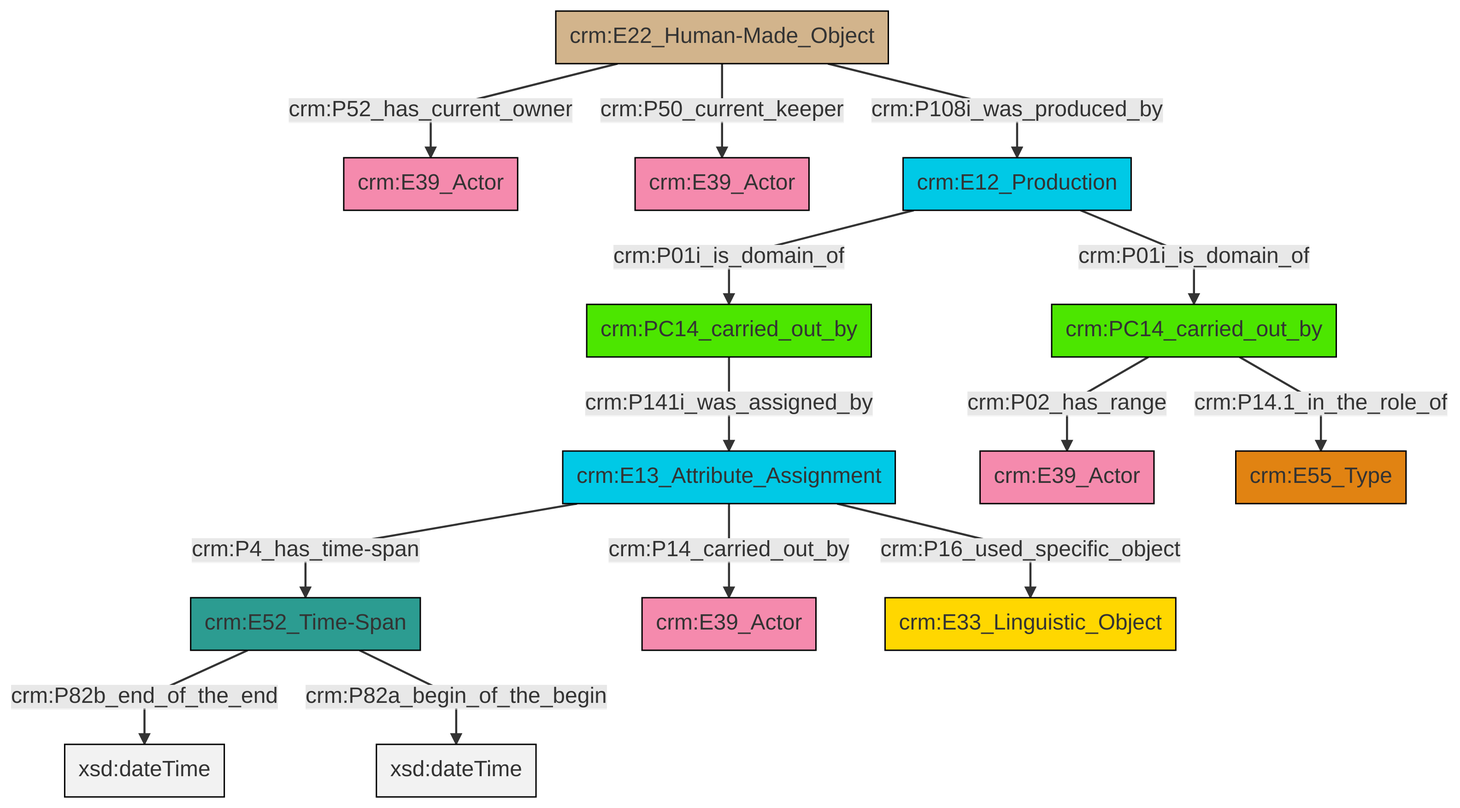
The Mermaid diagram et/carrierCSV/ttl/mmd/png/carrier_relations.png in swiss-art-research-net/docs.swissartresearch, before a commit. Its source is kept beside it as et/carrierCSV/ttl/mmd/carrier_relations.ttl.mmd.
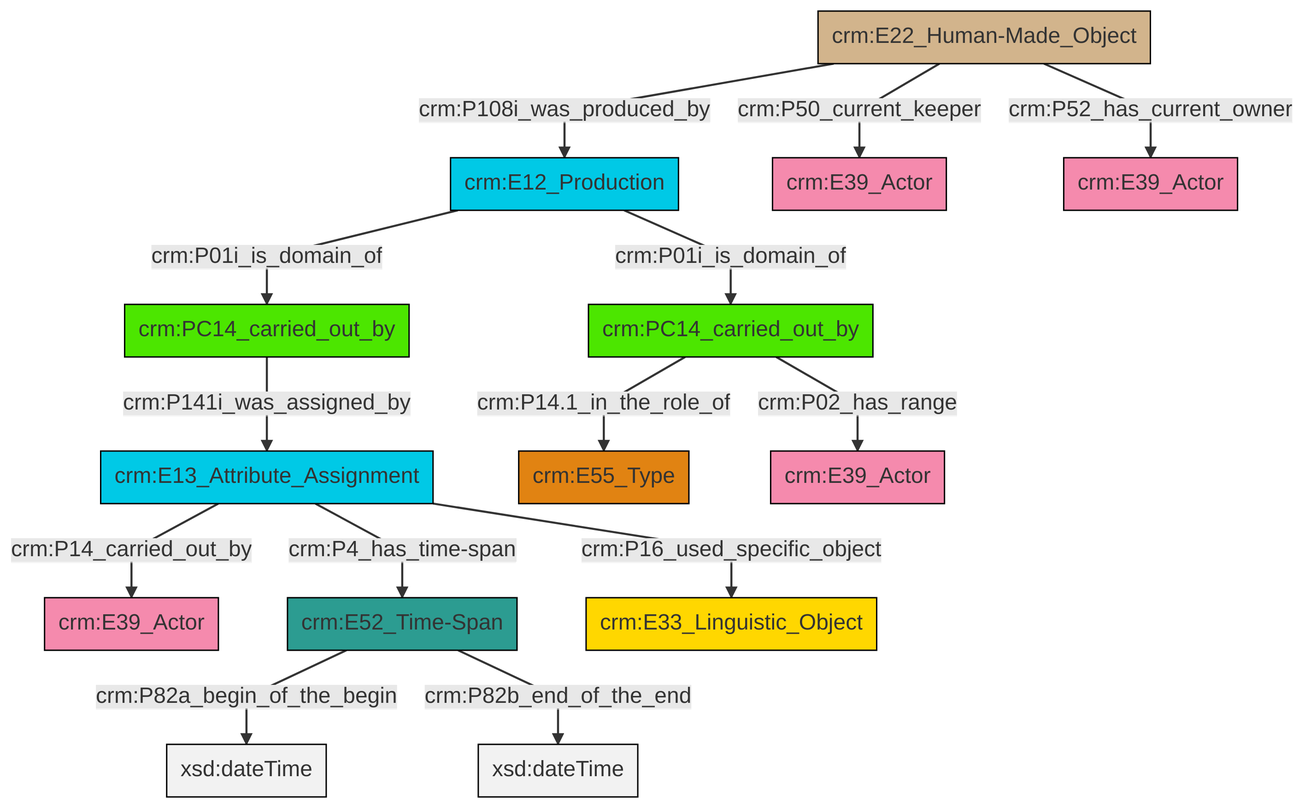
After the commit.

Diff of the diagram source:
```diff
@@ -13,16 +13,16 @@
 classDef PC_Classes fill:#4ce600, stroke:#000000;
 classDef Multi fill:#cccccc,stroke:#000000;
 
-2["crm:PC14_carried_out_by"]:::PC_Classes -->|crm:P141i_was_assigned_by| 3["crm:E13_Attribute_Assignment"]:::Temporal_Entity
-0["crm:PC14_carried_out_by"]:::PC_Classes -->|crm:P02_has_range| 4["crm:E39_Actor"]:::Actor
-3["crm:E13_Attribute_Assignment"]:::Temporal_Entity -->|crm:P14_carried_out_by| 9["crm:E39_Actor"]:::Actor
-10["crm:E22_Human-Made_Object"]:::Physical_Thing -->|crm:P52_has_current_owner| 11["crm:E39_Actor"]:::Actor
-0["crm:PC14_carried_out_by"]:::PC_Classes -->|crm:P14.1_in_the_role_of| 5["crm:E55_Type"]:::Type
-10["crm:E22_Human-Made_Object"]:::Physical_Thing -->|crm:P50_current_keeper| 12["crm:E39_Actor"]:::Actor
-7["crm:E52_Time-Span"]:::Time-Span -->|crm:P82b_end_of_the_end| 13[xsd:dateTime]:::Literal
-3["crm:E13_Attribute_Assignment"]:::Temporal_Entity -->|crm:P16_used_specific_object| 14["crm:E33_Linguistic_Object"]:::Conceptual_Object
-3["crm:E13_Attribute_Assignment"]:::Temporal_Entity -->|crm:P4_has_time-span| 7["crm:E52_Time-Span"]:::Time-Span
-15["crm:E12_Production"]:::Temporal_Entity -->|crm:P01i_is_domain_of| 2["crm:PC14_carried_out_by"]:::PC_Classes
-10["crm:E22_Human-Made_Object"]:::Physical_Thing -->|crm:P108i_was_produced_by| 15["crm:E12_Production"]:::Temporal_Entity
-7["crm:E52_Time-Span"]:::Time-Span -->|crm:P82a_begin_of_the_begin| 21[xsd:dateTime]:::Literal
-15["crm:E12_Production"]:::Temporal_Entity -->|crm:P01i_is_domain_of| 0["crm:PC14_carried_out_by"]:::PC_Classes
+0["crm:E12_Production"]:::Temporal_Entity -->|crm:P01i_is_domain_of| 1["crm:PC14_carried_out_by"]:::PC_Classes
+2["crm:E22_Human-Made_Object"]:::Physical_Thing -->|crm:P50_current_keeper| 3["crm:E39_Actor"]:::Actor
+5["crm:E13_Attribute_Assignment"]:::Temporal_Entity -->|crm:P14_carried_out_by| 6["crm:E39_Actor"]:::Actor
+1["crm:PC14_carried_out_by"]:::PC_Classes -->|crm:P14.1_in_the_role_of| 9["crm:E55_Type"]:::Type
+2["crm:E22_Human-Made_Object"]:::Physical_Thing -->|crm:P108i_was_produced_by| 0["crm:E12_Production"]:::Temporal_Entity
+0["crm:E12_Production"]:::Temporal_Entity -->|crm:P01i_is_domain_of| 11["crm:PC14_carried_out_by"]:::PC_Classes
+11["crm:PC14_carried_out_by"]:::PC_Classes -->|crm:P141i_was_assigned_by| 5["crm:E13_Attribute_Assignment"]:::Temporal_Entity
+2["crm:E22_Human-Made_Object"]:::Physical_Thing -->|crm:P52_has_current_owner| 14["crm:E39_Actor"]:::Actor
+5["crm:E13_Attribute_Assignment"]:::Temporal_Entity -->|crm:P16_used_specific_object| 15["crm:E33_Linguistic_Object"]:::Conceptual_Object
+7["crm:E52_Time-Span"]:::Time-Span -->|crm:P82a_begin_of_the_begin| 16[xsd:dateTime]:::Literal
+1["crm:PC14_carried_out_by"]:::PC_Classes -->|crm:P02_has_range| 18["crm:E39_Actor"]:::Actor
+7["crm:E52_Time-Span"]:::Time-Span -->|crm:P82b_end_of_the_end| 23[xsd:dateTime]:::Literal
+5["crm:E13_Attribute_Assignment"]:::Temporal_Entity -->|crm:P4_has_time-span| 7["crm:E52_Time-Span"]:::Time-Span
```
